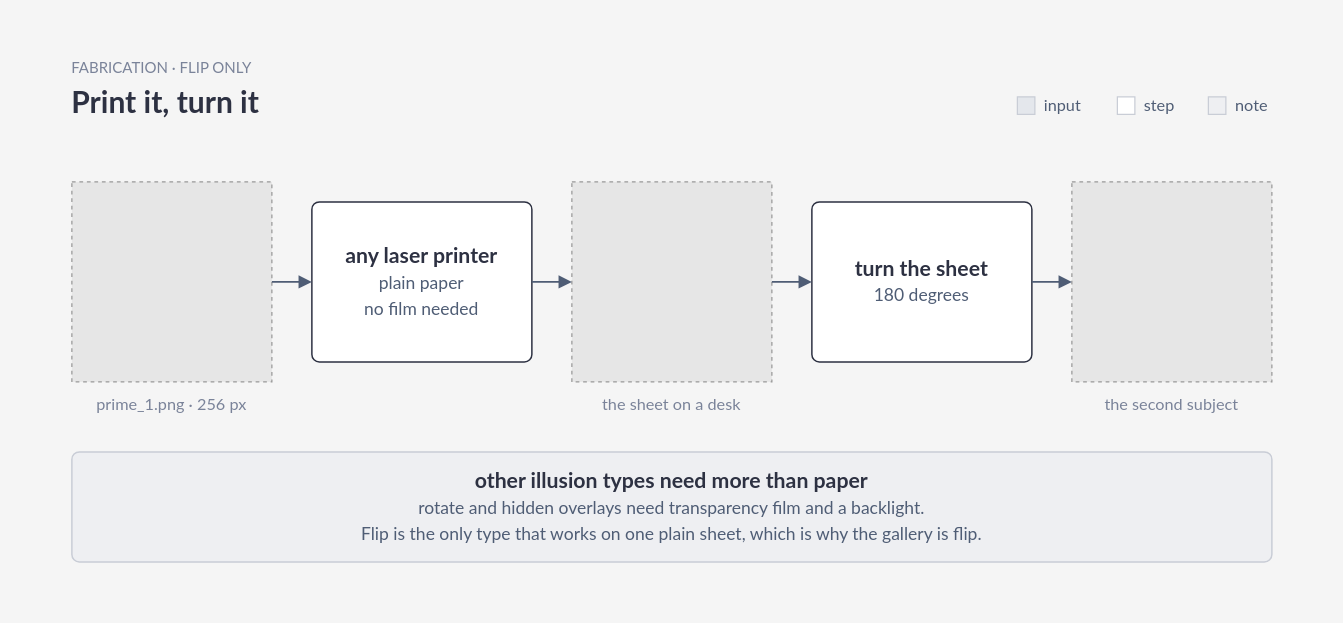
Portocolom-Studio/potocolom keeps this draw.io diagram as docs/figures/print.drawio. Above is the earlier version. Source tidied: cells renumbered, new cells numbered last; positions are measured from the earlier drawing's top-left corner, leaving out a move shared by most shapes. Both pictures are drawn from the tidied source at 125%, with x=0, y=0 at pixel (21, 21). Pictures stored in the file or linked from it are replaced by grey dashed boxes.
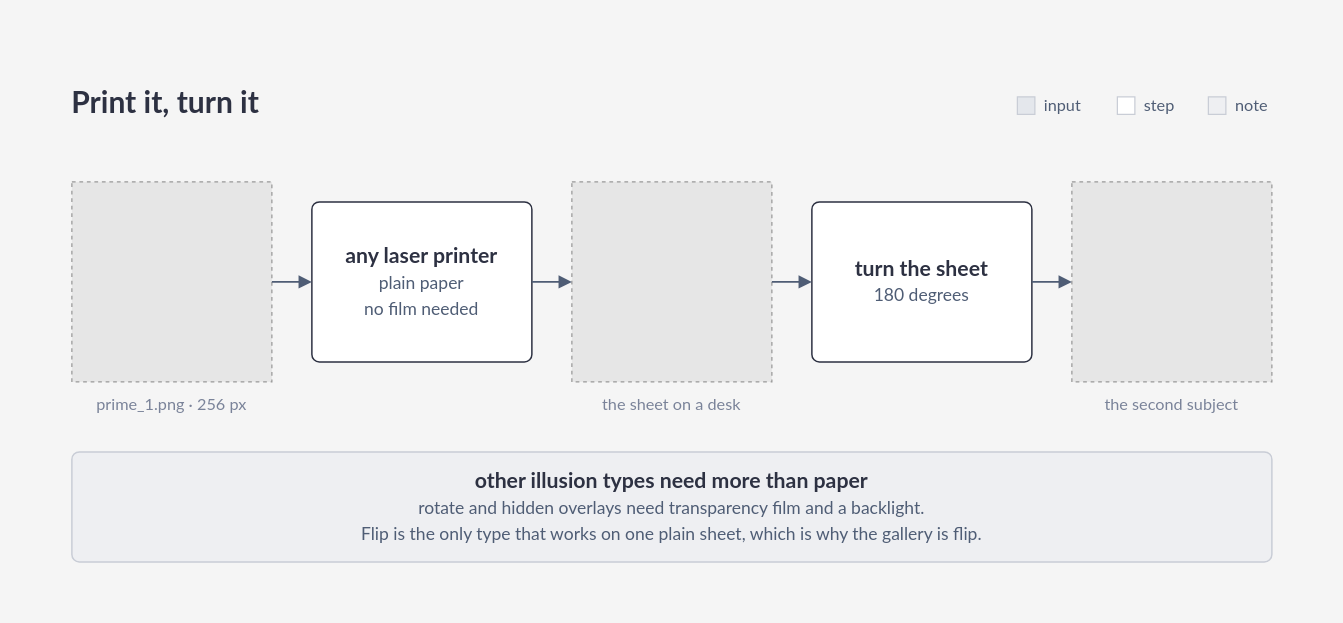
Above is the later version.

Diff of the diagram source:
```diff
@@
     <mxCell id="2" style="rounded=0;absoluteArcSize=1;arcSize=12;whiteSpace=wrap;html=1;fillColor=#f5f5f5;strokeColor=none;strokeWidth=1.2;fontFamily=Lato;fontSize=16;fontColor=#2d3142;fontStyle=1;align=center;verticalAlign=middle;spacing=10;selectable=0;" parent="1" vertex="1">
-      <mxGeometry width="1040" height="464" as="geometry" />
+      <mxGeometry y="20" width="1040" height="444" as="geometry" />
     </mxCell>
-    <mxCell id="3" value="FABRICATION · FLIP ONLY" style="text;html=1;whiteSpace=wrap;fontFamily=Lato;fontSize=12;fontColor=#7a8399;fontStyle=0;align=left;verticalAlign=middle;spacing=0;" parent="1" vertex="1">
-      <mxGeometry x="40" y="28" width="960" height="18" as="geometry" />
-    </mxCell>
```
